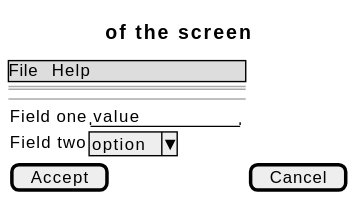
didactika/kampus keeps this PlantUML diagram as docs/01-requirements/use-cases/setNotificationPreferences/wireframes.svg. Above is the earlier version. The source it was exported from:
```plantuml
@startsalt
{
  {* File | Help }
  ==
  Title of the screen
  --
  {
    Field one | "value        "
    Field two | ^option^
  }
  [ Accept ] | [ Cancel ]
}
@endsalt
```
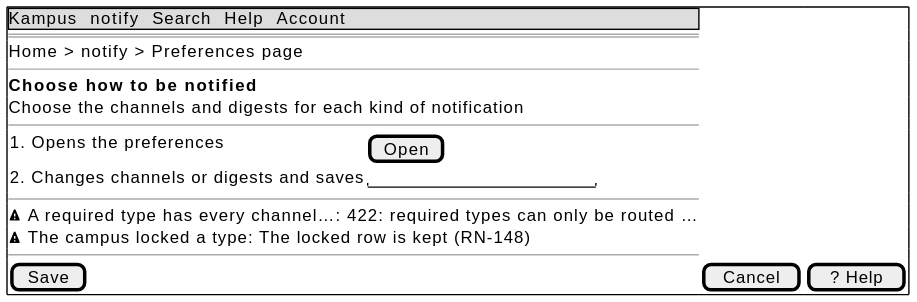
Above is the later version.

Change to the diagram source:
```diff
@@ -1,13 +1,20 @@
 @startsalt
-{
-  {* File | Help }
+{+
+  {* Kampus | notify | Search | Help | Account }
   ==
-  Title of the screen
+  Home > notify > Preferences page
+  --
+  <b>Choose how to be notified
+  Choose the channels and digests for each kind of notification
   --
   {
-    Field one | "value        "
-    Field two | ^option^
+    1. Opens the preferences | [ Open ]
+    2. Changes channels or digests and saves | "                    "
   }
-  [ Accept ] | [ Cancel ]
+  --
+  <&warning> A required type has every channel…: 422: required types can only be routed …
+  <&warning> The campus locked a type: The locked row is kept (RN-148)
+  --
+  [ Save ] | [ Cancel ] | [ ? Help ]
 }
 @endsalt
```
